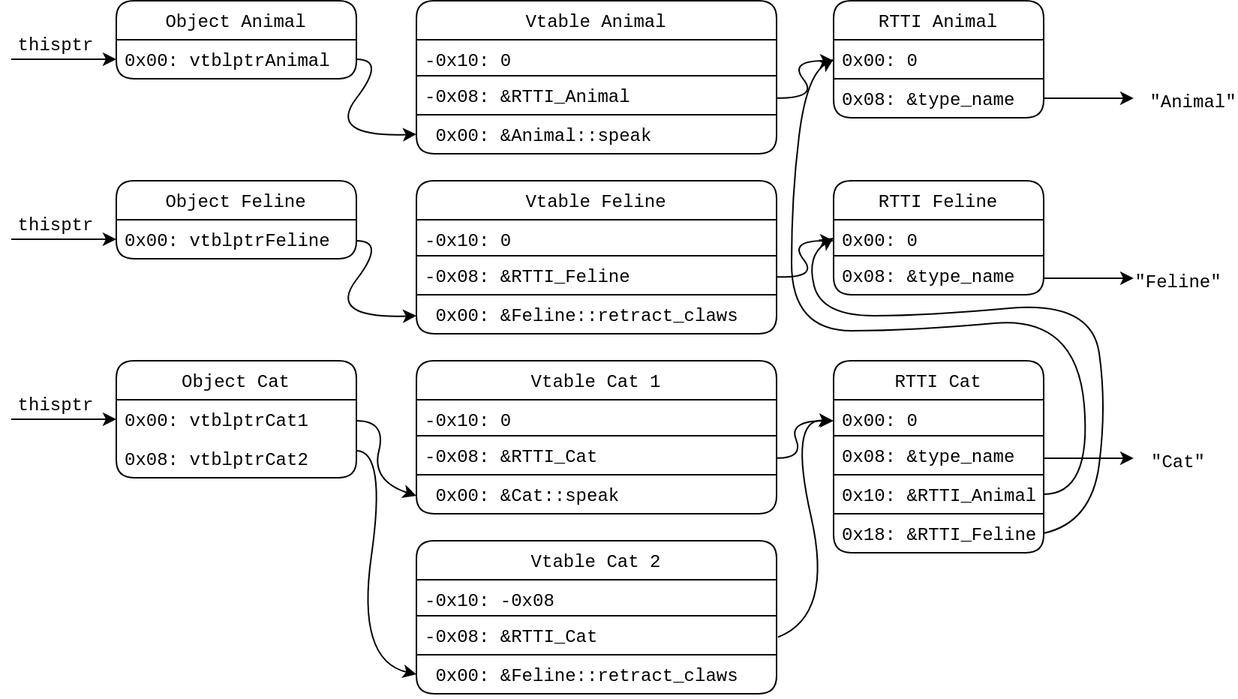
Earlier version of the draw.io export Feline.png (louismerlin/master-thesis). Source tidied: cells renumbered, new cells last; positions are measured from the earlier drawing's top-left corner, leaving out a move shared by most shapes.
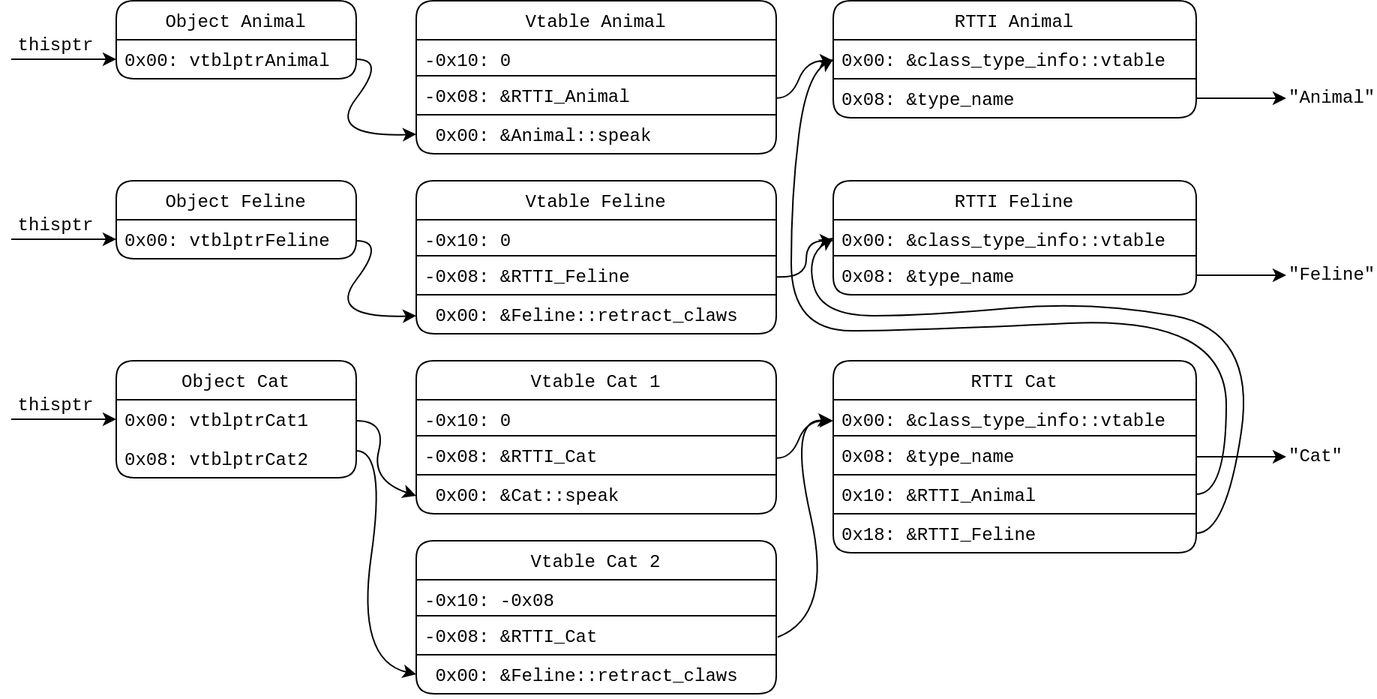
Later version of the same file.

Diff of the diagram source:
```diff
@@ -21,13 +21,13 @@
       <mxGeometry y="76" width="240" height="26" as="geometry" />
     </mxCell>
     <mxCell id="8" value="RTTI Animal" style="swimlane;fontStyle=0;horizontal=1;startSize=26;rounded=1;fontFamily=Courier New;" parent="1" vertex="1">
-      <mxGeometry x="548" width="140" height="78" as="geometry" />
+      <mxGeometry x="548" width="242" height="78" as="geometry" />
     </mxCell>
-    <mxCell id="9" value="0x00: 0" style="text;fillColor=none;align=left;verticalAlign=top;spacingLeft=4;spacingRight=4;overflow=hidden;points=[[0,0.5],[1,0.5]];portConstraint=eastwest;strokeColor=#000000;rounded=0;fontFamily=Courier New;" parent="8" vertex="1">
-      <mxGeometry y="26" width="140" height="26" as="geometry" />
+    <mxCell id="9" value="0x00: &amp;class_type_info::vtable" style="text;fillColor=none;align=left;verticalAlign=top;spacingLeft=4;spacingRight=4;overflow=hidden;points=[[0,0.5],[1,0.5]];portConstraint=eastwest;strokeColor=#000000;rounded=0;fontFamily=Courier New;" parent="8" vertex="1">
+      <mxGeometry y="26" width="242" height="26" as="geometry" />
     </mxCell>
     <mxCell id="10" value="0x08: &amp;type_name" style="text;fillColor=none;align=left;verticalAlign=top;spacingLeft=4;spacingRight=4;overflow=hidden;points=[[0,0.5],[1,0.5]];portConstraint=eastwest;rounded=1;fontFamily=Courier New;" parent="8" vertex="1">
-      <mxGeometry y="52" width="140" height="26" as="geometry" />
+      <mxGeometry y="52" width="242" height="26" as="geometry" />
     </mxCell>
     <mxCell id="11" style="endArrow=classic;html=1;entryX=0;entryY=0.5;entryDx=0;entryDy=0;fontFamily=Courier New;" parent="1" edge="1" target="3">
       <mxGeometry relative="1" as="geometry">
@@ -49,18 +49,16 @@
       <mxGeometry relative="1" as="geometry">
         <mxPoint x="548" y="40" as="targetPoint" />
         <Array as="points">
-          <mxPoint x="538" y="65" />
-          <mxPoint x="518" y="40" />
+          <mxPoint x="520" y="65" />
+          <mxPoint x="530" y="40" />
         </Array>
       </mxGeometry>
     </mxCell>
-    <mxCell id="15" style="endArrow=classic;html=1;fontFamily=Courier New;exitX=1;exitY=0.5;exitDx=0;exitDy=0;" parent="1" edge="1" source="10">
-      <mxGeometry relative="1" as="geometry">
-        <mxPoint x="748" y="65" as="targetPoint" />
-      </mxGeometry>
+    <mxCell id="15" style="endArrow=classic;html=1;fontFamily=Courier New;exitX=1;exitY=0.5;exitDx=0;exitDy=0;entryX=0;entryY=0.5;entryDx=0;entryDy=0;" parent="1" edge="1" source="10" target="16">
+      <mxGeometry relative="1" as="geometry" />
     </mxCell>
-    <mxCell id="16" value="&quot;Animal&quot;" style="text;html=1;strokeColor=none;fillColor=none;align=center;verticalAlign=middle;whiteSpace=wrap;rounded=0;fontFamily=Courier New;" parent="1" vertex="1">
-      <mxGeometry x="768" y="58" width="40" height="20" as="geometry" />
+    <mxCell id="16" value="&quot;Animal&quot;" style="text;html=1;strokeColor=none;fillColor=none;align=left;verticalAlign=middle;whiteSpace=wrap;rounded=0;fontFamily=Courier New;" parent="1" vertex="1">
+      <mxGeometry x="850" y="55" width="40" height="20" as="geometry" />
     </mxCell>
     <mxCell id="17" value="Object Feline" style="swimlane;fontStyle=0;horizontal=1;startSize=26;rounded=1;fontFamily=Courier New;" parent="1" vertex="1">
       <mxGeometry x="70" y="120" width="160" height="52" as="geometry" />
@@ -92,28 +90,25 @@
       <mxGeometry relative="1" as="geometry">
         <mxPoint x="548" y="160" as="targetPoint" />
         <Array as="points">
-          <mxPoint x="538" y="185" />
-          <mxPoint x="518" y="160" />
+          <mxPoint x="530" y="185" />
+          <mxPoint x="530" y="160" />
         </Array>
       </mxGeometry>
     </mxCell>
-    <mxCell id="26" style="endArrow=classic;html=1;fontFamily=Courier New;exitX=1;exitY=0.5;exitDx=0;exitDy=0;" parent="1" edge="1">
-      <mxGeometry relative="1" as="geometry">
-        <mxPoint x="688" y="185" as="sourcePoint" />
-        <mxPoint x="748" y="185" as="targetPoint" />
-      </mxGeometry>
+    <mxCell id="26" style="endArrow=classic;html=1;fontFamily=Courier New;exitX=1;exitY=0.5;exitDx=0;exitDy=0;entryX=0;entryY=0.5;entryDx=0;entryDy=0;" parent="1" edge="1" source="30" target="27">
+      <mxGeometry relative="1" as="geometry" />
     </mxCell>
-    <mxCell id="27" value="&quot;Feline&quot;" style="text;html=1;strokeColor=none;fillColor=none;align=center;verticalAlign=middle;whiteSpace=wrap;rounded=0;fontFamily=Courier New;" parent="1" vertex="1">
-      <mxGeometry x="758" y="178" width="40" height="20" as="geometry" />
+    <mxCell id="27" value="&quot;Feline&quot;" style="text;html=1;strokeColor=none;fillColor=none;align=left;verticalAlign=middle;whiteSpace=wrap;rounded=0;fontFamily=Courier New;" parent="1" vertex="1">
+      <mxGeometry x="850" y="173" width="40" height="20" as="geometry" />
     </mxCell>
     <mxCell id="28" value="RTTI Feline" style="swimlane;fontStyle=0;horizontal=1;startSize=26;rounded=1;fontFamily=Courier New;" parent="1" vertex="1">
-      <mxGeometry x="548" y="120" width="140" height="76" as="geometry" />
+      <mxGeometry x="548" y="120" width="242" height="76" as="geometry" />
     </mxCell>
-    <mxCell id="29" value="0x00: 0" style="text;fillColor=none;align=left;verticalAlign=top;spacingLeft=4;spacingRight=4;overflow=hidden;points=[[0,0.5],[1,0.5]];portConstraint=eastwest;strokeColor=#000000;fontFamily=Courier New;" parent="28" vertex="1">
-      <mxGeometry y="26" width="140" height="24" as="geometry" />
+    <mxCell id="29" value="0x00: &amp;class_type_info::vtable" style="text;fillColor=none;align=left;verticalAlign=top;spacingLeft=4;spacingRight=4;overflow=hidden;points=[[0,0.5],[1,0.5]];portConstraint=eastwest;strokeColor=#000000;fontFamily=Courier New;" parent="28" vertex="1">
+      <mxGeometry y="26" width="242" height="24" as="geometry" />
     </mxCell>
     <mxCell id="30" value="0x08: &amp;type_name" style="text;fillColor=none;align=left;verticalAlign=top;spacingLeft=4;spacingRight=4;overflow=hidden;points=[[0,0.5],[1,0.5]];portConstraint=eastwest;fontFamily=Courier New;" parent="28" vertex="1">
-      <mxGeometry y="50" width="140" height="26" as="geometry" />
+      <mxGeometry y="50" width="242" height="26" as="geometry" />
     </mxCell>
     <mxCell id="31" style="curved=1;endArrow=classic;html=1;exitX=1;exitY=0.5;exitDx=0;exitDy=0;entryX=0;entryY=0.5;entryDx=0;entryDy=0;fontFamily=Courier New;" parent="1" edge="1">
       <mxGeometry relative="1" as="geometry">
@@ -158,34 +153,31 @@
       <mxGeometry relative="1" as="geometry">
         <mxPoint x="548" y="280" as="targetPoint" />
         <Array as="points">
-          <mxPoint x="528" y="305" />
-          <mxPoint x="518" y="280" />
+          <mxPoint x="520" y="305" />
+          <mxPoint x="530" y="280" />
         </Array>
       </mxGeometry>
     </mxCell>
-    <mxCell id="42" style="endArrow=classic;html=1;fontFamily=Courier New;exitX=1;exitY=0.5;exitDx=0;exitDy=0;" parent="1" edge="1">
-      <mxGeometry relative="1" as="geometry">
-        <mxPoint x="688" y="305" as="sourcePoint" />
-        <mxPoint x="748" y="305" as="targetPoint" />
-      </mxGeometry>
+    <mxCell id="42" style="endArrow=classic;html=1;fontFamily=Courier New;exitX=1;exitY=0.5;exitDx=0;exitDy=0;entryX=0;entryY=0.5;entryDx=0;entryDy=0;" parent="1" edge="1" source="44" target="43">
+      <mxGeometry relative="1" as="geometry" />
     </mxCell>
-    <mxCell id="43" value="&quot;Cat&quot;" style="text;html=1;strokeColor=none;fillColor=none;align=center;verticalAlign=middle;whiteSpace=wrap;rounded=0;fontFamily=Courier New;" parent="1" vertex="1">
-      <mxGeometry x="758" y="298" width="40" height="20" as="geometry" />
+    <mxCell id="43" value="&quot;Cat&quot;" style="text;html=1;strokeColor=none;fillColor=none;align=left;verticalAlign=middle;whiteSpace=wrap;rounded=0;fontFamily=Courier New;" parent="1" vertex="1">
+      <mxGeometry x="850" y="294" width="40" height="20" as="geometry" />
     </mxCell>
     <mxCell id="44" value="RTTI Cat" style="swimlane;fontStyle=0;horizontal=1;startSize=26;rounded=1;fontFamily=Courier New;" parent="1" vertex="1">
-      <mxGeometry x="548" y="240" width="140" height="128" as="geometry" />
+      <mxGeometry x="548" y="240" width="242" height="128" as="geometry" />
     </mxCell>
-    <mxCell id="45" value="0x00: 0" style="text;fillColor=none;align=left;verticalAlign=top;spacingLeft=4;spacingRight=4;overflow=hidden;points=[[0,0.5],[1,0.5]];portConstraint=eastwest;strokeColor=#000000;fontFamily=Courier New;" parent="44" vertex="1">
-      <mxGeometry y="26" width="140" height="24" as="geometry" />
+    <mxCell id="45" value="0x00: &amp;class_type_info::vtable" style="text;fillColor=none;align=left;verticalAlign=top;spacingLeft=4;spacingRight=4;overflow=hidden;points=[[0,0.5],[1,0.5]];portConstraint=eastwest;strokeColor=#000000;fontFamily=Courier New;" parent="44" vertex="1">
+      <mxGeometry y="26" width="242" height="24" as="geometry" />
     </mxCell>
     <mxCell id="46" value="0x08: &amp;type_name" style="text;fillColor=none;align=left;verticalAlign=top;spacingLeft=4;spacingRight=4;overflow=hidden;fontFamily=Courier New;rounded=0;strokeColor=#000000;" parent="44" vertex="1">
-      <mxGeometry y="50" width="140" height="26" as="geometry" />
+      <mxGeometry y="50" width="242" height="26" as="geometry" />
     </mxCell>
     <mxCell id="47" value="0x10: &amp;RTTI_Animal" style="text;fillColor=none;align=left;verticalAlign=top;spacingLeft=4;spacingRight=4;overflow=hidden;points=[[0,0.5],[1,0.5]];portConstraint=eastwest;fontFamily=Courier New;strokeColor=#000000;" parent="44" vertex="1">
-      <mxGeometry y="76" width="140" height="26" as="geometry" />
+      <mxGeometry y="76" width="242" height="26" as="geometry" />
     </mxCell>
     <mxCell id="48" value="0x18: &amp;RTTI_Feline" style="text;fillColor=none;align=left;verticalAlign=top;spacingLeft=4;spacingRight=4;overflow=hidden;points=[[0,0.5],[1,0.5]];portConstraint=eastwest;fontFamily=Courier New;rounded=1;" parent="44" vertex="1">
-      <mxGeometry y="102" width="140" height="26" as="geometry" />
+      <mxGeometry y="102" width="242" height="26" as="geometry" />
     </mxCell>
     <mxCell id="49" style="curved=1;endArrow=classic;html=1;exitX=1;exitY=0.5;exitDx=0;exitDy=0;entryX=0;entryY=0.5;entryDx=0;entryDy=0;fontFamily=Courier New;" parent="1" edge="1">
       <mxGeometry relative="1" as="geometry">
@@ -226,12 +218,11 @@
         </Array>
       </mxGeometry>
     </mxCell>
-    <mxCell id="56" style="curved=1;endArrow=classic;html=1;entryX=0;entryY=0.5;entryDx=0;entryDy=0;" parent="1" edge="1" target="9">
+    <mxCell id="56" style="curved=1;endArrow=classic;html=1;entryX=0;entryY=0.5;entryDx=0;entryDy=0;exitX=1;exitY=0.5;exitDx=0;exitDy=0;" parent="1" edge="1" source="47" target="9">
       <mxGeometry relative="1" as="geometry">
-        <mxPoint x="688" y="329" as="sourcePoint" />
         <Array as="points">
-          <mxPoint x="720" y="329" />
-          <mxPoint x="710" y="210" />
+          <mxPoint x="810" y="329" />
+          <mxPoint x="810" y="210" />
           <mxPoint x="600" y="220" />
           <mxPoint x="520" y="220" />
           <mxPoint x="520" y="130" />
@@ -242,8 +233,8 @@
     <mxCell id="57" style="curved=1;endArrow=classic;html=1;entryX=0;entryY=0.5;entryDx=0;entryDy=0;exitX=1;exitY=0.5;exitDx=0;exitDy=0;" parent="1" edge="1" source="48" target="29">
       <mxGeometry relative="1" as="geometry">
         <Array as="points">
-          <mxPoint x="720" y="348" />
-          <mxPoint x="730" y="270" />
+          <mxPoint x="810" y="355" />
+          <mxPoint x="830" y="220" />
           <mxPoint x="720" y="200" />
           <mxPoint x="610" y="210" />
           <mxPoint x="540" y="210" />
```
